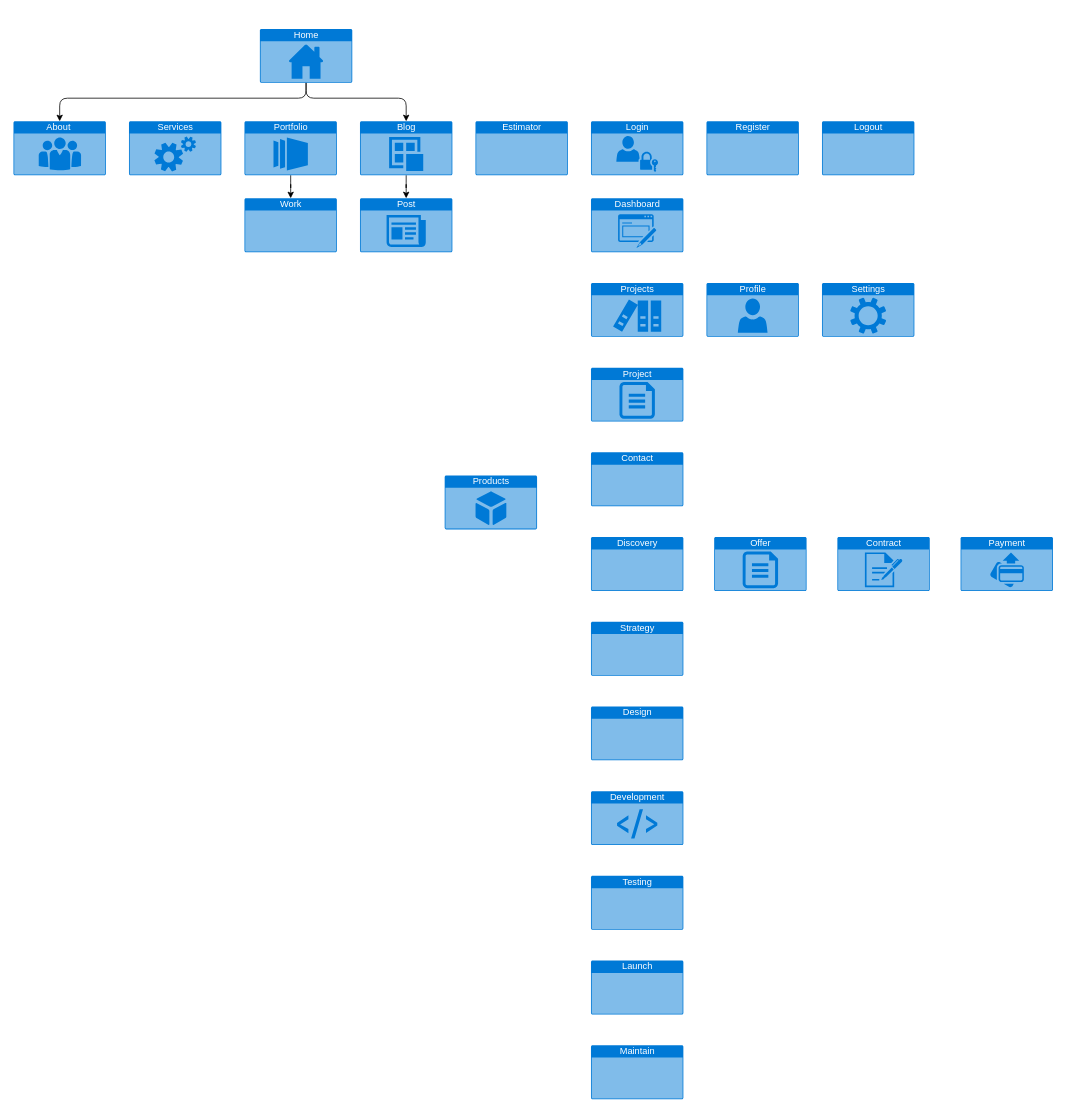
This is Untitled Diagram.drawio from SorinCristescu/sc-website, a draw.io file, before an edit. Source tidied: cells renumbered, new cells numbered last; positions are measured from the earlier drawing's top-left corner, leaving out a move shared by most shapes. Both pictures are drawn from the tidied source at 77%, with x=0, y=0 at pixel (13, 28).
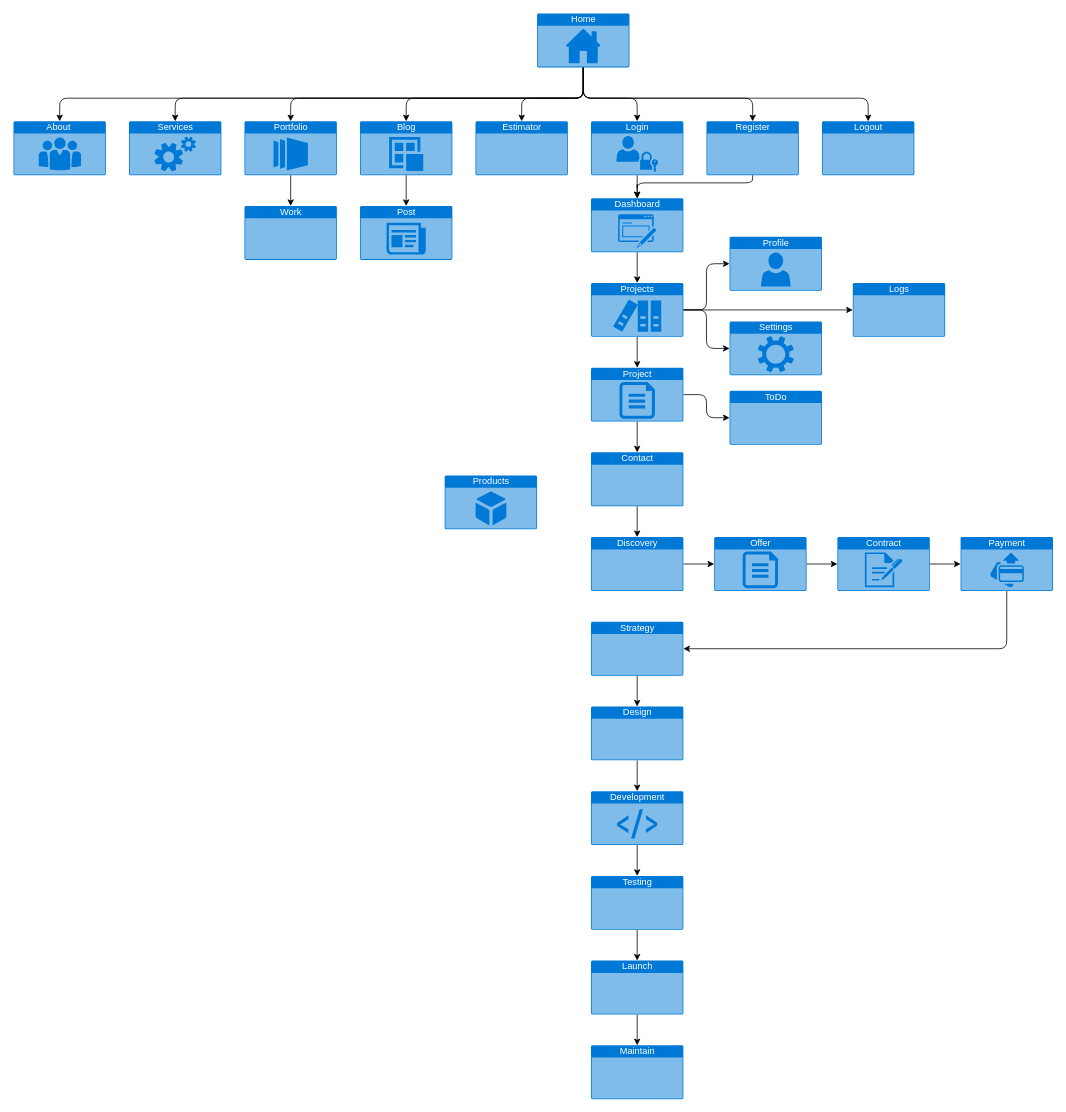
The same page after the edit.

Unchanged cells that the change refers to:
```xml
<mxCell id="5" value="About&amp;nbsp;&lt;br&gt;" style="html=1;strokeColor=none;fillColor=#0079D6;labelPosition=center;verticalLabelPosition=middle;verticalAlign=top;align=center;fontSize=12;outlineConnect=0;spacingTop=-6;fontColor=#FFFFFF;shape=mxgraph.sitemap.about_us;rounded=0;sketch=0;" parent="1" vertex="1">
  <mxGeometry y="120" width="120" height="70" as="geometry" />
</mxCell>
<mxCell id="6" value="Dashboard" style="html=1;strokeColor=none;fillColor=#0079D6;labelPosition=center;verticalLabelPosition=middle;verticalAlign=top;align=center;fontSize=12;outlineConnect=0;spacingTop=-6;fontColor=#FFFFFF;shape=mxgraph.sitemap.form;rounded=0;sketch=0;" parent="1" vertex="1">
  <mxGeometry x="750" y="220" width="120" height="70" as="geometry" />
</mxCell>
<mxCell id="7" value="Contract" style="html=1;strokeColor=none;fillColor=#0079D6;labelPosition=center;verticalLabelPosition=middle;verticalAlign=top;align=center;fontSize=12;outlineConnect=0;spacingTop=-6;fontColor=#FFFFFF;shape=mxgraph.sitemap.log;rounded=0;sketch=0;" parent="1" vertex="1">
  <mxGeometry x="1070" y="660" width="120" height="70" as="geometry" />
</mxCell>
<mxCell id="8" value="Login" style="html=1;strokeColor=none;fillColor=#0079D6;labelPosition=center;verticalLabelPosition=middle;verticalAlign=top;align=center;fontSize=12;outlineConnect=0;spacingTop=-6;fontColor=#FFFFFF;shape=mxgraph.sitemap.login;rounded=0;sketch=0;" parent="1" vertex="1">
  <mxGeometry x="750" y="120" width="120" height="70" as="geometry" />
</mxCell>
<mxCell id="10" value="Blog" style="html=1;strokeColor=none;fillColor=#0079D6;labelPosition=center;verticalLabelPosition=middle;verticalAlign=top;align=center;fontSize=12;outlineConnect=0;spacingTop=-6;fontColor=#FFFFFF;shape=mxgraph.sitemap.post;rounded=0;sketch=0;" parent="1" vertex="1">
  <mxGeometry x="450" y="120" width="120" height="70" as="geometry" />
</mxCell>
<mxCell id="11" value="Payment" style="html=1;strokeColor=none;fillColor=#0079D6;labelPosition=center;verticalLabelPosition=middle;verticalAlign=top;align=center;fontSize=12;outlineConnect=0;spacingTop=-6;fontColor=#FFFFFF;shape=mxgraph.sitemap.payment;rounded=0;sketch=0;" parent="1" vertex="1">
  <mxGeometry x="1230" y="660" width="120" height="70" as="geometry" />
</mxCell>
<mxCell id="13" value="Services" style="html=1;strokeColor=none;fillColor=#0079D6;labelPosition=center;verticalLabelPosition=middle;verticalAlign=top;align=center;fontSize=12;outlineConnect=0;spacingTop=-6;fontColor=#FFFFFF;shape=mxgraph.sitemap.services;rounded=0;sketch=0;" parent="1" vertex="1">
  <mxGeometry x="150" y="120" width="120" height="70" as="geometry" />
</mxCell>
<mxCell id="15" value="Portfolio" style="html=1;strokeColor=none;fillColor=#0079D6;labelPosition=center;verticalLabelPosition=middle;verticalAlign=top;align=center;fontSize=12;outlineConnect=0;spacingTop=-6;fontColor=#FFFFFF;shape=mxgraph.sitemap.slideshow;rounded=0;sketch=0;" parent="1" vertex="1">
  <mxGeometry x="300" y="120" width="120" height="70" as="geometry" />
</mxCell>
<mxCell id="18" value="Projects" style="html=1;strokeColor=none;fillColor=#0079D6;labelPosition=center;verticalLabelPosition=middle;verticalAlign=top;align=center;fontSize=12;outlineConnect=0;spacingTop=-6;fontColor=#FFFFFF;shape=mxgraph.sitemap.references;rounded=0;sketch=0;" parent="1" vertex="1">
  <mxGeometry x="750" y="330" width="120" height="70" as="geometry" />
</mxCell>
<mxCell id="20" value="Project" style="html=1;strokeColor=none;fillColor=#0079D6;labelPosition=center;verticalLabelPosition=middle;verticalAlign=top;align=center;fontSize=12;outlineConnect=0;spacingTop=-6;fontColor=#FFFFFF;shape=mxgraph.sitemap.text;rounded=0;sketch=0;" parent="1" vertex="1">
  <mxGeometry x="750" y="440" width="120" height="70" as="geometry" />
</mxCell>
<mxCell id="22" value="Register" style="html=1;strokeColor=none;fillColor=#0079D6;labelPosition=center;verticalLabelPosition=middle;verticalAlign=top;align=center;fontSize=12;outlineConnect=0;spacingTop=-6;fontColor=#FFFFFF;shape=mxgraph.sitemap.page;rounded=0;sketch=0;" parent="1" vertex="1">
  <mxGeometry x="900" y="120" width="120" height="70" as="geometry" />
</mxCell>
<mxCell id="23" value="Logout" style="html=1;strokeColor=none;fillColor=#0079D6;labelPosition=center;verticalLabelPosition=middle;verticalAlign=top;align=center;fontSize=12;outlineConnect=0;spacingTop=-6;fontColor=#FFFFFF;shape=mxgraph.sitemap.page;rounded=0;sketch=0;" parent="1" vertex="1">
  <mxGeometry x="1050" y="120" width="120" height="70" as="geometry" />
</mxCell>
<mxCell id="24" value="Estimator" style="html=1;strokeColor=none;fillColor=#0079D6;labelPosition=center;verticalLabelPosition=middle;verticalAlign=top;align=center;fontSize=12;outlineConnect=0;spacingTop=-6;fontColor=#FFFFFF;shape=mxgraph.sitemap.page;rounded=0;sketch=0;" parent="1" vertex="1">
  <mxGeometry x="600" y="120" width="120" height="70" as="geometry" />
</mxCell>
<mxCell id="25" value="Offer" style="html=1;strokeColor=none;fillColor=#0079D6;labelPosition=center;verticalLabelPosition=middle;verticalAlign=top;align=center;fontSize=12;outlineConnect=0;spacingTop=-6;fontColor=#FFFFFF;shape=mxgraph.sitemap.text;rounded=0;sketch=0;" parent="1" vertex="1">
  <mxGeometry x="910" y="660" width="120" height="70" as="geometry" />
</mxCell>
<mxCell id="26" value="Development" style="html=1;strokeColor=none;fillColor=#0079D6;labelPosition=center;verticalLabelPosition=middle;verticalAlign=top;align=center;fontSize=12;outlineConnect=0;spacingTop=-6;fontColor=#FFFFFF;shape=mxgraph.sitemap.script;rounded=0;sketch=0;" parent="1" vertex="1">
  <mxGeometry x="750" y="990" width="120" height="70" as="geometry" />
</mxCell>
<mxCell id="27" value="Contact" style="html=1;strokeColor=none;fillColor=#0079D6;labelPosition=center;verticalLabelPosition=middle;verticalAlign=top;align=center;fontSize=12;outlineConnect=0;spacingTop=-6;fontColor=#FFFFFF;shape=mxgraph.sitemap.page;rounded=0;sketch=0;" parent="1" vertex="1">
  <mxGeometry x="750" y="550" width="120" height="70" as="geometry" />
</mxCell>
<mxCell id="28" value="Discovery" style="html=1;strokeColor=none;fillColor=#0079D6;labelPosition=center;verticalLabelPosition=middle;verticalAlign=top;align=center;fontSize=12;outlineConnect=0;spacingTop=-6;fontColor=#FFFFFF;shape=mxgraph.sitemap.page;rounded=0;sketch=0;" parent="1" vertex="1">
  <mxGeometry x="750" y="660" width="120" height="70" as="geometry" />
</mxCell>
<mxCell id="29" value="Strategy" style="html=1;strokeColor=none;fillColor=#0079D6;labelPosition=center;verticalLabelPosition=middle;verticalAlign=top;align=center;fontSize=12;outlineConnect=0;spacingTop=-6;fontColor=#FFFFFF;shape=mxgraph.sitemap.page;rounded=0;sketch=0;" parent="1" vertex="1">
  <mxGeometry x="750" y="770" width="120" height="70" as="geometry" />
</mxCell>
<mxCell id="30" value="Design" style="html=1;strokeColor=none;fillColor=#0079D6;labelPosition=center;verticalLabelPosition=middle;verticalAlign=top;align=center;fontSize=12;outlineConnect=0;spacingTop=-6;fontColor=#FFFFFF;shape=mxgraph.sitemap.page;rounded=0;sketch=0;" parent="1" vertex="1">
  <mxGeometry x="750" y="880" width="120" height="70" as="geometry" />
</mxCell>
<mxCell id="31" value="Testing" style="html=1;strokeColor=none;fillColor=#0079D6;labelPosition=center;verticalLabelPosition=middle;verticalAlign=top;align=center;fontSize=12;outlineConnect=0;spacingTop=-6;fontColor=#FFFFFF;shape=mxgraph.sitemap.page;rounded=0;sketch=0;" parent="1" vertex="1">
  <mxGeometry x="750" y="1100" width="120" height="70" as="geometry" />
</mxCell>
<mxCell id="32" value="Launch" style="html=1;strokeColor=none;fillColor=#0079D6;labelPosition=center;verticalLabelPosition=middle;verticalAlign=top;align=center;fontSize=12;outlineConnect=0;spacingTop=-6;fontColor=#FFFFFF;shape=mxgraph.sitemap.page;rounded=0;sketch=0;" parent="1" vertex="1">
  <mxGeometry x="750" y="1210" width="120" height="70" as="geometry" />
</mxCell>
<mxCell id="33" value="Maintain" style="html=1;strokeColor=none;fillColor=#0079D6;labelPosition=center;verticalLabelPosition=middle;verticalAlign=top;align=center;fontSize=12;outlineConnect=0;spacingTop=-6;fontColor=#FFFFFF;shape=mxgraph.sitemap.page;rounded=0;sketch=0;" parent="1" vertex="1">
  <mxGeometry x="750" y="1320" width="120" height="70" as="geometry" />
</mxCell>
```

What changed in the source:
```diff
@@
     <mxCell id="2" style="edgeStyle=orthogonalEdgeStyle;curved=0;rounded=1;sketch=0;jettySize=auto;html=1;" parent="1" edge="1" source="4" target="5">
       <mxGeometry relative="1" as="geometry">
         <Array as="points">
-          <mxPoint x="380" y="90" />
+          <mxPoint x="740" y="90" />
           <mxPoint x="60" y="90" />
         </Array>
       </mxGeometry>
     </mxCell>
-    <mxCell id="3" style="edgeStyle=orthogonalEdgeStyle;curved=0;rounded=1;sketch=0;jettySize=auto;html=1;entryX=0.5;entryY=0;entryDx=0;entryDy=0;entryPerimeter=0;" parent="1" edge="1" source="4" target="10">
+    <mxCell id="3" style="edgeStyle=orthogonalEdgeStyle;curved=0;rounded=1;sketch=0;jettySize=auto;html=1;entryX=0.5;entryY=0;entryDx=0;entryDy=0;entryPerimeter=0;" parent="1" edge="1" source="4" target="24">
       <mxGeometry relative="1" as="geometry">
         <Array as="points">
-          <mxPoint x="380" y="90" />
-          <mxPoint x="510" y="90" />
+          <mxPoint x="740" y="90" />
+          <mxPoint x="660" y="90" />
         </Array>
       </mxGeometry>
     </mxCell>
+    <mxCell id="34" style="edgeStyle=orthogonalEdgeStyle;curved=0;rounded=1;sketch=0;jettySize=auto;html=1;" parent="1" edge="1" source="4" target="15">
+      <mxGeometry relative="1" as="geometry">
+        <Array as="points">
+          <mxPoint x="740" y="90" />
+          <mxPoint x="360" y="90" />
+        </Array>
+      </mxGeometry>
+    </mxCell>
+    <mxCell id="35" style="edgeStyle=orthogonalEdgeStyle;curved=0;rounded=1;sketch=0;jettySize=auto;html=1;" parent="1" edge="1" source="4" target="10">
+      <mxGeometry relative="1" as="geometry">
+        <Array as="points">
+          <mxPoint x="740" y="90" />
+          <mxPoint x="510" y="90" />
+        </Array>
+      </mxGeometry>
+    </mxCell>
+    <mxCell id="36" style="edgeStyle=orthogonalEdgeStyle;curved=0;rounded=1;sketch=0;jettySize=auto;html=1;" parent="1" edge="1" source="4" target="13">
+      <mxGeometry relative="1" as="geometry">
+        <Array as="points">
+          <mxPoint x="740" y="90" />
+          <mxPoint x="210" y="90" />
+        </Array>
+      </mxGeometry>
+    </mxCell>
+    <mxCell id="37" style="edgeStyle=orthogonalEdgeStyle;curved=0;rounded=1;sketch=0;jettySize=auto;html=1;entryX=0.5;entryY=0;entryDx=0;entryDy=0;entryPerimeter=0;" parent="1" edge="1" source="4" target="8">
+      <mxGeometry relative="1" as="geometry">
+        <Array as="points">
+          <mxPoint x="740" y="90" />
+          <mxPoint x="810" y="90" />
+        </Array>
+      </mxGeometry>
+    </mxCell>
+    <mxCell id="38" style="edgeStyle=orthogonalEdgeStyle;curved=0;rounded=1;sketch=0;jettySize=auto;html=1;entryX=0.5;entryY=0;entryDx=0;entryDy=0;entryPerimeter=0;" parent="1" edge="1" source="4" target="22">
+      <mxGeometry relative="1" as="geometry">
+        <Array as="points">
+          <mxPoint x="740" y="90" />
+          <mxPoint x="960" y="90" />
+        </Array>
+      </mxGeometry>
+    </mxCell>
+    <mxCell id="39" style="edgeStyle=orthogonalEdgeStyle;curved=0;rounded=1;sketch=0;jettySize=auto;html=1;entryX=0.5;entryY=0;entryDx=0;entryDy=0;entryPerimeter=0;" parent="1" edge="1" source="4" target="23">
+      <mxGeometry relative="1" as="geometry">
+        <Array as="points">
+          <mxPoint x="740" y="90" />
+          <mxPoint x="1110" y="90" />
+        </Array>
+      </mxGeometry>
+    </mxCell>
     <mxCell id="4" value="Home" style="html=1;strokeColor=none;fillColor=#0079D6;labelPosition=center;verticalLabelPosition=middle;verticalAlign=top;align=center;fontSize=12;outlineConnect=0;spacingTop=-6;fontColor=#FFFFFF;shape=mxgraph.sitemap.home;rounded=0;sketch=0;" parent="1" vertex="1">
-      <mxGeometry x="320" width="120" height="70" as="geometry" />
+      <mxGeometry x="680" y="-20" width="120" height="70" as="geometry" />
     </mxCell>
@@
+    <mxCell id="40" style="edgeStyle=orthogonalEdgeStyle;curved=0;rounded=1;sketch=0;jettySize=auto;html=1;" parent="1" edge="1" source="6" target="18">
+      <mxGeometry relative="1" as="geometry" />
+    </mxCell>
@@
+    <mxCell id="41" style="edgeStyle=orthogonalEdgeStyle;curved=0;rounded=1;sketch=0;jettySize=auto;html=1;" parent="1" edge="1" source="7" target="11">
+      <mxGeometry relative="1" as="geometry" />
+    </mxCell>
@@
+    <mxCell id="42" style="edgeStyle=orthogonalEdgeStyle;curved=0;rounded=1;sketch=0;jettySize=auto;html=1;" parent="1" edge="1" source="8" target="6">
+      <mxGeometry relative="1" as="geometry" />
+    </mxCell>
@@
+    <mxCell id="43" style="edgeStyle=orthogonalEdgeStyle;curved=0;rounded=1;sketch=0;jettySize=auto;html=1;entryX=1;entryY=0.5;entryDx=0;entryDy=0;entryPerimeter=0;" parent="1" edge="1" source="11" target="29">
+      <mxGeometry relative="1" as="geometry">
+        <Array as="points">
+          <mxPoint x="1290" y="805" />
+        </Array>
+      </mxGeometry>
+    </mxCell>
@@
     <mxCell id="14" style="edgeStyle=orthogonalEdgeStyle;curved=0;rounded=1;sketch=0;jettySize=auto;html=1;" parent="1" edge="1" source="15" target="21">
-      <mxGeometry relative="1" as="geometry" />
+      <mxGeometry relative="1" as="geometry">
+        <Array as="points">
+          <mxPoint x="360" y="210" />
+          <mxPoint x="360" y="210" />
+        </Array>
+      </mxGeometry>
     </mxCell>
@@
     <mxCell id="16" value="Post" style="html=1;strokeColor=none;fillColor=#0079D6;labelPosition=center;verticalLabelPosition=middle;verticalAlign=top;align=center;fontSize=12;outlineConnect=0;spacingTop=-6;fontColor=#FFFFFF;shape=mxgraph.sitemap.news;rounded=0;sketch=0;" parent="1" vertex="1">
-      <mxGeometry x="450" y="220" width="120" height="70" as="geometry" />
+      <mxGeometry x="450" y="230" width="120" height="70" as="geometry" />
     </mxCell>
     <mxCell id="17" value="Profile" style="html=1;strokeColor=none;fillColor=#0079D6;labelPosition=center;verticalLabelPosition=middle;verticalAlign=top;align=center;fontSize=12;outlineConnect=0;spacingTop=-6;fontColor=#FFFFFF;shape=mxgraph.sitemap.profile;rounded=0;sketch=0;" parent="1" vertex="1">
-      <mxGeometry x="900" y="330" width="120" height="70" as="geometry" />
+      <mxGeometry x="930" y="270" width="120" height="70" as="geometry" />
     </mxCell>
+    <mxCell id="44" style="edgeStyle=orthogonalEdgeStyle;curved=0;rounded=1;sketch=0;jettySize=auto;html=1;entryX=0;entryY=0.5;entryDx=0;entryDy=0;entryPerimeter=0;" parent="1" edge="1" source="18" target="19">
+      <mxGeometry relative="1" as="geometry" />
+    </mxCell>
+    <mxCell id="45" style="edgeStyle=orthogonalEdgeStyle;curved=0;rounded=1;sketch=0;jettySize=auto;html=1;entryX=0;entryY=0.5;entryDx=0;entryDy=0;entryPerimeter=0;" parent="1" edge="1" source="18" target="17">
+      <mxGeometry relative="1" as="geometry">
+        <Array as="points">
+          <mxPoint x="900" y="365" />
+          <mxPoint x="900" y="305" />
+        </Array>
+      </mxGeometry>
+    </mxCell>
+    <mxCell id="46" style="edgeStyle=orthogonalEdgeStyle;curved=0;rounded=1;sketch=0;jettySize=auto;html=1;" parent="1" edge="1" source="18" target="20">
+      <mxGeometry relative="1" as="geometry" />
+    </mxCell>
+    <mxCell id="47" style="edgeStyle=orthogonalEdgeStyle;curved=0;rounded=1;sketch=0;jettySize=auto;html=1;entryX=0;entryY=0.5;entryDx=0;entryDy=0;entryPerimeter=0;" parent="1" edge="1" source="18" target="60">
+      <mxGeometry relative="1" as="geometry" />
+    </mxCell>
@@
     <mxCell id="19" value="Settings" style="html=1;strokeColor=none;fillColor=#0079D6;labelPosition=center;verticalLabelPosition=middle;verticalAlign=top;align=center;fontSize=12;outlineConnect=0;spacingTop=-6;fontColor=#FFFFFF;shape=mxgraph.sitemap.settings;rounded=0;sketch=0;" parent="1" vertex="1">
-      <mxGeometry x="1050" y="330" width="120" height="70" as="geometry" />
+      <mxGeometry x="930" y="380" width="120" height="70" as="geometry" />
     </mxCell>
+    <mxCell id="48" style="edgeStyle=orthogonalEdgeStyle;curved=0;rounded=1;sketch=0;jettySize=auto;html=1;" parent="1" edge="1" source="20" target="27">
+      <mxGeometry relative="1" as="geometry" />
+    </mxCell>
+    <mxCell id="49" style="edgeStyle=orthogonalEdgeStyle;curved=0;rounded=1;sketch=0;jettySize=auto;html=1;entryX=0;entryY=0.5;entryDx=0;entryDy=0;entryPerimeter=0;" parent="1" edge="1" source="20" target="59">
+      <mxGeometry relative="1" as="geometry" />
+    </mxCell>
@@
     <mxCell id="21" value="Work" style="html=1;strokeColor=none;fillColor=#0079D6;labelPosition=center;verticalLabelPosition=middle;verticalAlign=top;align=center;fontSize=12;outlineConnect=0;spacingTop=-6;fontColor=#FFFFFF;shape=mxgraph.sitemap.page;rounded=0;sketch=0;" parent="1" vertex="1">
-      <mxGeometry x="300" y="220" width="120" height="70" as="geometry" />
+      <mxGeometry x="300" y="230" width="120" height="70" as="geometry" />
     </mxCell>
+    <mxCell id="50" style="edgeStyle=orthogonalEdgeStyle;curved=0;rounded=1;sketch=0;jettySize=auto;html=1;" parent="1" edge="1" source="22">
+      <mxGeometry relative="1" as="geometry">
+        <mxPoint x="810" y="220" as="targetPoint" />
+        <Array as="points">
+          <mxPoint x="960" y="200" />
+          <mxPoint x="810" y="200" />
+        </Array>
+      </mxGeometry>
+    </mxCell>
@@
+    <mxCell id="51" style="edgeStyle=orthogonalEdgeStyle;curved=0;rounded=1;sketch=0;jettySize=auto;html=1;" parent="1" edge="1" source="25" target="7">
+      <mxGeometry relative="1" as="geometry" />
+    </mxCell>
@@
+    <mxCell id="52" style="edgeStyle=orthogonalEdgeStyle;curved=0;rounded=1;sketch=0;jettySize=auto;html=1;" parent="1" edge="1" source="26" target="31">
+      <mxGeometry relative="1" as="geometry" />
+    </mxCell>
@@
+    <mxCell id="53" style="edgeStyle=orthogonalEdgeStyle;curved=0;rounded=1;sketch=0;jettySize=auto;html=1;" parent="1" edge="1" source="27" target="28">
+      <mxGeometry relative="1" as="geometry" />
+    </mxCell>
@@
+    <mxCell id="54" style="edgeStyle=orthogonalEdgeStyle;curved=0;rounded=1;sketch=0;jettySize=auto;html=1;" parent="1" edge="1" source="28" target="25">
+      <mxGeometry relative="1" as="geometry" />
+    </mxCell>
@@
+    <mxCell id="55" style="edgeStyle=orthogonalEdgeStyle;curved=0;rounded=1;sketch=0;jettySize=auto;html=1;" parent="1" edge="1" source="29" target="30">
+      <mxGeometry relative="1" as="geometry" />
+    </mxCell>
@@
+    <mxCell id="56" style="edgeStyle=orthogonalEdgeStyle;curved=0;rounded=1;sketch=0;jettySize=auto;html=1;" parent="1" edge="1" source="30" target="26">
+      <mxGeometry relative="1" as="geometry" />
+    </mxCell>
@@
+    <mxCell id="57" style="edgeStyle=orthogonalEdgeStyle;curved=0;rounded=1;sketch=0;jettySize=auto;html=1;" parent="1" edge="1" source="31" target="32">
+      <mxGeometry relative="1" as="geometry" />
+    </mxCell>
@@
+    <mxCell id="58" style="edgeStyle=orthogonalEdgeStyle;curved=0;rounded=1;sketch=0;jettySize=auto;html=1;" parent="1" edge="1" source="32" target="33">
+      <mxGeometry relative="1" as="geometry" />
+    </mxCell>
@@
+    <mxCell id="59" value="ToDo" style="html=1;strokeColor=none;fillColor=#0079D6;labelPosition=center;verticalLabelPosition=middle;verticalAlign=top;align=center;fontSize=12;outlineConnect=0;spacingTop=-6;fontColor=#FFFFFF;shape=mxgraph.sitemap.page;rounded=0;sketch=0;" parent="1" vertex="1">
+      <mxGeometry x="930" y="470" width="120" height="70" as="geometry" />
+    </mxCell>
+    <mxCell id="60" value="Logs" style="html=1;strokeColor=none;fillColor=#0079D6;labelPosition=center;verticalLabelPosition=middle;verticalAlign=top;align=center;fontSize=12;outlineConnect=0;spacingTop=-6;fontColor=#FFFFFF;shape=mxgraph.sitemap.page;rounded=0;sketch=0;" parent="1" vertex="1">
+      <mxGeometry x="1090" y="330" width="120" height="70" as="geometry" />
+    </mxCell>
```
